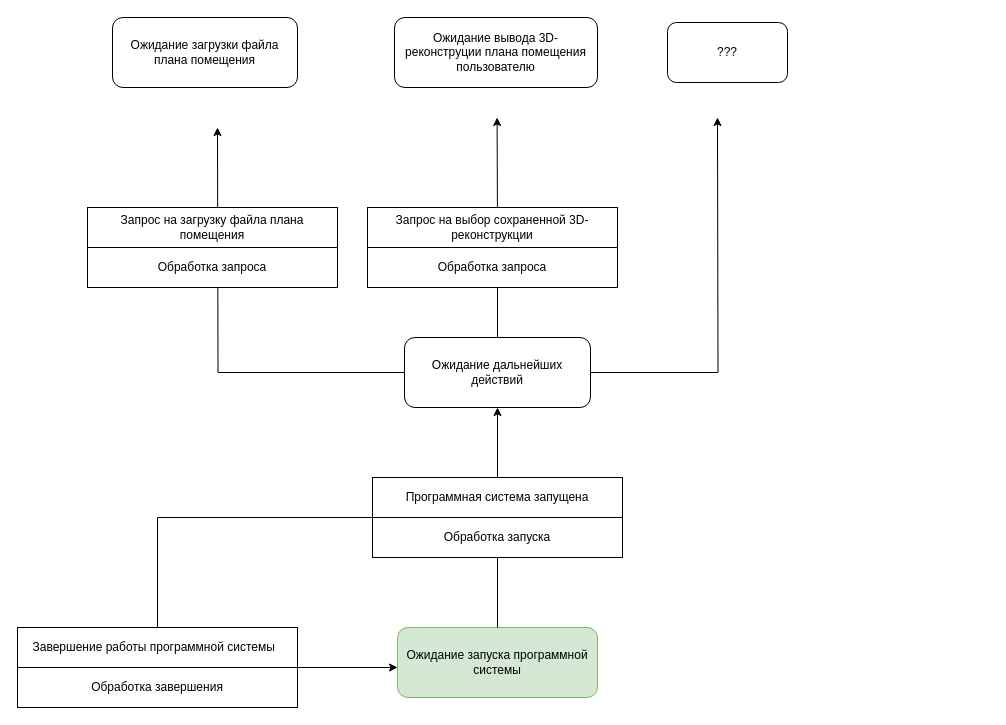
Above: sost_v_sost.drawio in kapec2303/kartinka (draw.io), before the change. Source tidied: cells renumbered, new cells numbered last; positions are measured from the earlier drawing's top-left corner, leaving out a move shared by most shapes. Both pictures are drawn from the tidied source at 100%, with x=0, y=0 at pixel (17, 17).
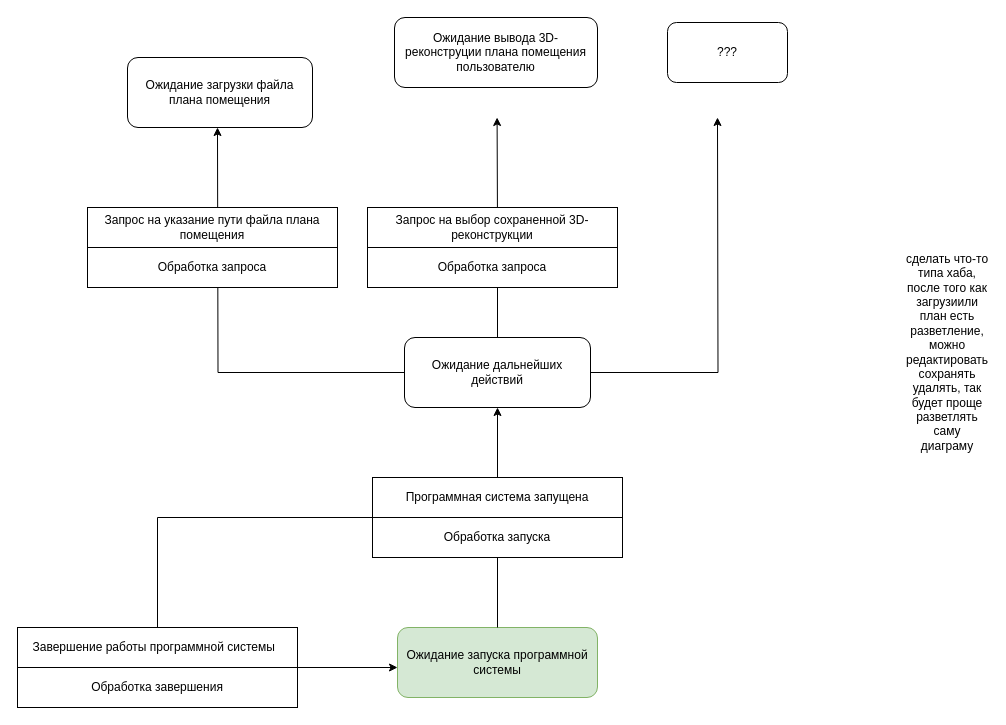
Above is the later version.

What changed in the source:
```diff
@@
     <mxCell id="12" value="Ожидание загрузки файла плана помещения" style="rounded=1;whiteSpace=wrap;html=1;" parent="1" vertex="1">
-      <mxGeometry x="95" width="185" height="70" as="geometry" />
+      <mxGeometry x="110" y="40" width="185" height="70" as="geometry" />
     </mxCell>
@@
-    <mxCell id="17" value="Запрос на загрузку файла плана помещения" style="rounded=0;whiteSpace=wrap;html=1;" parent="1" vertex="1">
+    <mxCell id="17" value="Запрос на указание пути файла плана помещения" style="rounded=0;whiteSpace=wrap;html=1;" parent="1" vertex="1">
       <mxGeometry x="70" y="190" width="250" height="40" as="geometry" />
     </mxCell>
@@
+    <mxCell id="21" value="сделать что-то типа хаба, после того как загрузиили план есть разветление, можно редактировать сохранять удалять, так будет проще разветлять саму диаграму" style="text;html=1;whiteSpace=wrap;strokeColor=none;fillColor=none;align=center;verticalAlign=middle;rounded=0;" parent="1" vertex="1">
+      <mxGeometry x="900" y="320" width="60" height="30" as="geometry" />
+    </mxCell>
```
